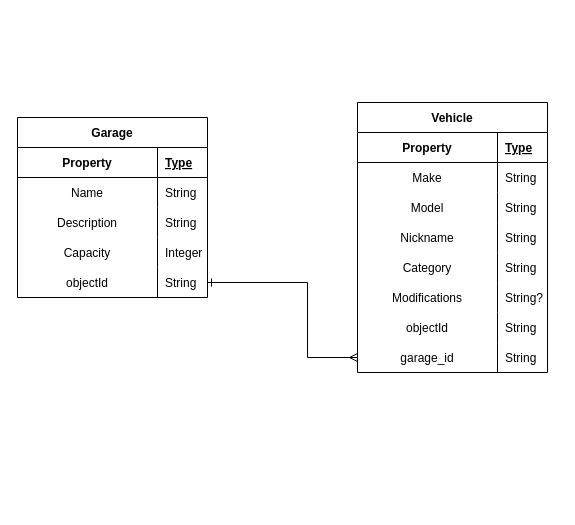
This is communityGarage.drawio from d-lewis9442/communityGarage, a draw.io file, before an edit. Source tidied: cells renumbered, new cells numbered last; positions are measured from the earlier drawing's top-left corner, leaving out a move shared by most shapes. Both pictures are drawn from the tidied source at 100%, with x=0, y=0 at pixel (17, 102).
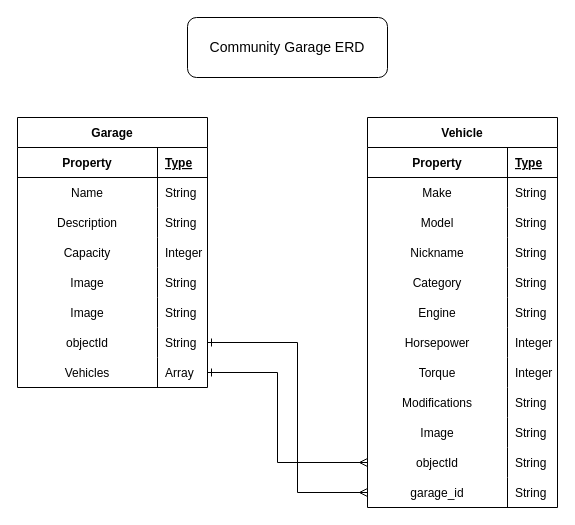
After the change.

Change to the diagram source:
```diff
@@
-    <mxCell id="2" style="edgeStyle=orthogonalEdgeStyle;rounded=0;jettySize=auto;html=1;startArrow=ERone;startFill=0;endArrow=ERmany;endFill=0;exitX=1;exitY=0.5;exitDx=0;exitDy=0;entryX=0;entryY=0.5;entryDx=0;entryDy=0;" parent="1" edge="1" source="16" target="41">
-      <mxGeometry relative="1" as="geometry">
-        <Array as="points">
-          <mxPoint x="290" y="180" />
-          <mxPoint x="290" y="255" />
-        </Array>
-      </mxGeometry>
-    </mxCell>
     <mxCell id="3" value="Garage" style="shape=table;startSize=30;childLayout=tableLayout;rowLines=0;fontStyle=1;align=center;" parent="1" vertex="1">
-      <mxGeometry y="15" width="190" height="180" as="geometry" />
+      <mxGeometry y="15" width="190" height="270" as="geometry" />
     </mxCell>
@@
+    <mxCell id="44" style="shape=tableRow;horizontal=0;startSize=0;swimlaneHead=0;swimlaneBody=0;fillColor=none;top=0;left=0;right=0;bottom=0;" parent="3" vertex="1">
+      <mxGeometry y="150" width="190" height="30" as="geometry" />
+    </mxCell>
+    <mxCell id="45" value="Image" style="shape=partialRectangle;fillColor=none;top=0;left=0;bottom=0;right=0;overflow=hidden;" parent="44" vertex="1">
+      <mxGeometry width="140" height="30" as="geometry" />
+    </mxCell>
+    <mxCell id="46" value="String" style="shape=partialRectangle;fillColor=none;top=0;left=0;bottom=0;right=0;align=left;spacingLeft=6;overflow=hidden;" parent="44" vertex="1">
+      <mxGeometry x="140" width="50" height="30" as="geometry" />
+    </mxCell>
+    <mxCell id="47" style="shape=tableRow;horizontal=0;startSize=0;swimlaneHead=0;swimlaneBody=0;fillColor=none;top=0;left=0;right=0;bottom=0;" parent="3" vertex="1">
+      <mxGeometry y="180" width="190" height="30" as="geometry" />
+    </mxCell>
+    <mxCell id="48" value="Image" style="shape=partialRectangle;fillColor=none;top=0;left=0;bottom=0;right=0;overflow=hidden;" parent="47" vertex="1">
+      <mxGeometry width="140" height="30" as="geometry" />
+    </mxCell>
+    <mxCell id="49" value="String" style="shape=partialRectangle;fillColor=none;top=0;left=0;bottom=0;right=0;align=left;spacingLeft=6;overflow=hidden;" parent="47" vertex="1">
+      <mxGeometry x="140" width="50" height="30" as="geometry" />
+    </mxCell>
     <mxCell id="16" style="shape=tableRow;horizontal=0;startSize=0;swimlaneHead=0;swimlaneBody=0;fillColor=none;points=[[0,0.5],[1,0.5]];portConstraint=eastwest;top=0;left=0;right=0;bottom=0;" parent="3" vertex="1">
-      <mxGeometry y="150" width="190" height="30" as="geometry" />
+      <mxGeometry y="210" width="190" height="30" as="geometry" />
     </mxCell>
@@
+    <mxCell id="50" style="shape=tableRow;horizontal=0;startSize=0;swimlaneHead=0;swimlaneBody=0;fillColor=none;points=[[0,0.5],[1,0.5]];portConstraint=eastwest;top=0;left=0;right=0;bottom=0;" parent="3" vertex="1">
+      <mxGeometry y="240" width="190" height="30" as="geometry" />
+    </mxCell>
+    <mxCell id="51" value="Vehicles" style="shape=partialRectangle;fillColor=none;top=0;left=0;bottom=0;right=0;overflow=hidden;" parent="50" vertex="1">
+      <mxGeometry width="140" height="30" as="geometry" />
+    </mxCell>
+    <mxCell id="52" value="Array" style="shape=partialRectangle;fillColor=none;top=0;left=0;bottom=0;right=0;align=left;spacingLeft=6;overflow=hidden;" parent="50" vertex="1">
+      <mxGeometry x="140" width="50" height="30" as="geometry" />
+    </mxCell>
     <mxCell id="19" value="Vehicle" style="shape=table;startSize=30;childLayout=tableLayout;rowLines=0;fontStyle=1;align=center;" parent="1" vertex="1">
-      <mxGeometry x="340" width="190" height="270" as="geometry" />
+      <mxGeometry x="350" y="15" width="190" height="390" as="geometry" />
     </mxCell>
@@
+    <mxCell id="53" style="shape=tableRow;horizontal=0;startSize=0;swimlaneHead=0;swimlaneBody=0;fillColor=none;top=0;left=0;right=0;bottom=0;" parent="19" vertex="1">
+      <mxGeometry y="180" width="190" height="30" as="geometry" />
+    </mxCell>
+    <mxCell id="54" value="Engine" style="shape=partialRectangle;fillColor=none;top=0;left=0;bottom=0;right=0;overflow=hidden;" parent="53" vertex="1">
+      <mxGeometry width="140" height="30" as="geometry" />
+    </mxCell>
+    <mxCell id="55" value="String" style="shape=partialRectangle;fillColor=none;top=0;left=0;bottom=0;right=0;align=left;spacingLeft=6;overflow=hidden;" parent="53" vertex="1">
+      <mxGeometry x="140" width="50" height="30" as="geometry" />
+    </mxCell>
+    <mxCell id="56" style="shape=tableRow;horizontal=0;startSize=0;swimlaneHead=0;swimlaneBody=0;fillColor=none;top=0;left=0;right=0;bottom=0;" parent="19" vertex="1">
+      <mxGeometry y="210" width="190" height="30" as="geometry" />
+    </mxCell>
+    <mxCell id="57" value="Horsepower" style="shape=partialRectangle;fillColor=none;top=0;left=0;bottom=0;right=0;overflow=hidden;" parent="56" vertex="1">
+      <mxGeometry width="140" height="30" as="geometry" />
+    </mxCell>
+    <mxCell id="58" value="Integer" style="shape=partialRectangle;fillColor=none;top=0;left=0;bottom=0;right=0;align=left;spacingLeft=6;overflow=hidden;" parent="56" vertex="1">
+      <mxGeometry x="140" width="50" height="30" as="geometry" />
+    </mxCell>
+    <mxCell id="59" style="shape=tableRow;horizontal=0;startSize=0;swimlaneHead=0;swimlaneBody=0;fillColor=none;top=0;left=0;right=0;bottom=0;" parent="19" vertex="1">
+      <mxGeometry y="240" width="190" height="30" as="geometry" />
+    </mxCell>
+    <mxCell id="60" value="Torque" style="shape=partialRectangle;fillColor=none;top=0;left=0;bottom=0;right=0;overflow=hidden;" parent="59" vertex="1">
+      <mxGeometry width="140" height="30" as="geometry" />
+    </mxCell>
+    <mxCell id="61" value="Integer" style="shape=partialRectangle;fillColor=none;top=0;left=0;bottom=0;right=0;align=left;spacingLeft=6;overflow=hidden;" parent="59" vertex="1">
+      <mxGeometry x="140" width="50" height="30" as="geometry" />
+    </mxCell>
     <mxCell id="35" style="shape=tableRow;horizontal=0;startSize=0;swimlaneHead=0;swimlaneBody=0;fillColor=none;top=0;left=0;right=0;bottom=0;" parent="19" vertex="1">
-      <mxGeometry y="180" width="190" height="30" as="geometry" />
+      <mxGeometry y="270" width="190" height="30" as="geometry" />
     </mxCell>
@@
-    <mxCell id="37" value="String?" style="shape=partialRectangle;fillColor=none;top=0;left=0;bottom=0;right=0;align=left;spacingLeft=6;overflow=hidden;" parent="35" vertex="1">
+    <mxCell id="37" value="String" style="shape=partialRectangle;fillColor=none;top=0;left=0;bottom=0;right=0;align=left;spacingLeft=6;overflow=hidden;" parent="35" vertex="1">
       <mxGeometry x="140" width="50" height="30" as="geometry" />
     </mxCell>
+    <mxCell id="62" style="shape=tableRow;horizontal=0;startSize=0;swimlaneHead=0;swimlaneBody=0;fillColor=none;top=0;left=0;right=0;bottom=0;" parent="19" vertex="1">
+      <mxGeometry y="300" width="190" height="30" as="geometry" />
+    </mxCell>
+    <mxCell id="63" value="Image" style="shape=partialRectangle;fillColor=none;top=0;left=0;bottom=0;right=0;overflow=hidden;" parent="62" vertex="1">
+      <mxGeometry width="140" height="30" as="geometry" />
+    </mxCell>
+    <mxCell id="64" value="String" style="shape=partialRectangle;fillColor=none;top=0;left=0;bottom=0;right=0;align=left;spacingLeft=6;overflow=hidden;" parent="62" vertex="1">
+      <mxGeometry x="140" width="50" height="30" as="geometry" />
+    </mxCell>
     <mxCell id="38" style="shape=tableRow;horizontal=0;startSize=0;swimlaneHead=0;swimlaneBody=0;fillColor=none;points=[[0,0.5],[1,0.5]];portConstraint=eastwest;top=0;left=0;right=0;bottom=0;" parent="19" vertex="1">
-      <mxGeometry y="210" width="190" height="30" as="geometry" />
+      <mxGeometry y="330" width="190" height="30" as="geometry" />
     </mxCell>
@@
     <mxCell id="41" style="shape=tableRow;horizontal=0;startSize=0;swimlaneHead=0;swimlaneBody=0;fillColor=none;points=[[0,0.5],[1,0.5]];portConstraint=eastwest;top=0;left=0;right=0;bottom=0;" parent="19" vertex="1">
-      <mxGeometry y="240" width="190" height="30" as="geometry" />
+      <mxGeometry y="360" width="190" height="30" as="geometry" />
     </mxCell>
@@
+    <mxCell id="65" value="&lt;font style=&quot;&quot;&gt;&lt;font style=&quot;font-size: 14px;&quot;&gt;Community Garage ERD&lt;/font&gt;&lt;br&gt;&lt;/font&gt;" style="rounded=1;whiteSpace=wrap;html=1;" parent="1" vertex="1">
+      <mxGeometry x="170" y="-85" width="200" height="60" as="geometry" />
+    </mxCell>
+    <mxCell id="66" style="edgeStyle=elbowEdgeStyle;elbow=horizontal;endArrow=ERmany;html=1;rounded=0;fontSize=14;exitX=1;exitY=0.5;exitDx=0;exitDy=0;entryX=0;entryY=0.5;entryDx=0;entryDy=0;endFill=0;startArrow=ERone;startFill=0;" parent="1" edge="1" source="50" target="38">
+      <mxGeometry relative="1" as="geometry">
+        <Array as="points">
+          <mxPoint x="260" y="305" />
+        </Array>
+      </mxGeometry>
+    </mxCell>
+    <mxCell id="2" style="edgeStyle=elbowEdgeStyle;elbow=horizontal;endArrow=ERmany;html=1;rounded=0;fontSize=14;exitX=1;exitY=0.5;exitDx=0;exitDy=0;entryX=0;entryY=0.5;entryDx=0;entryDy=0;endFill=0;startArrow=ERone;startFill=0;" parent="1" edge="1" source="16" target="41">
+      <mxGeometry relative="1" as="geometry">
+        <Array as="points">
+          <mxPoint x="280" y="315" />
+        </Array>
+      </mxGeometry>
+    </mxCell>
```
